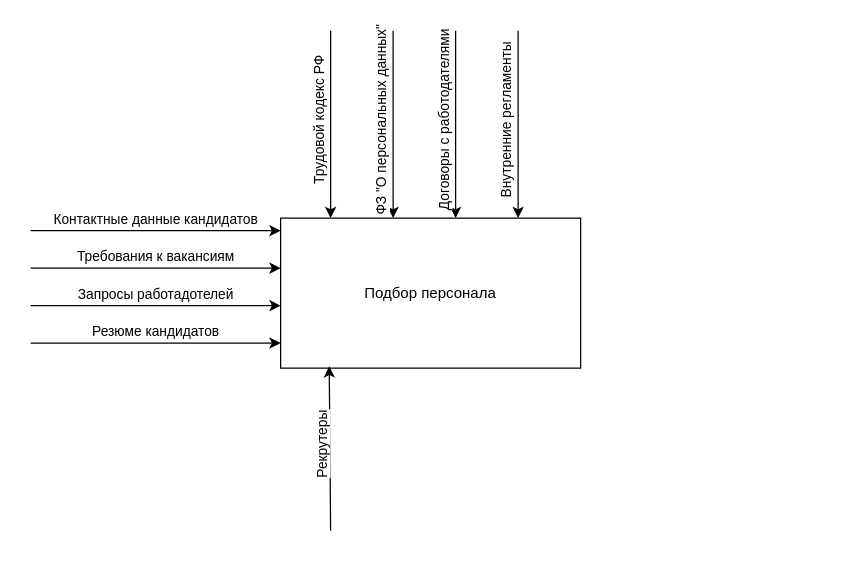
Above: IDEF0 (1).drawio in Regdal-cyber/Coursework (draw.io), before the change. Source tidied: cells renumbered, new cells numbered last; positions are measured from the earlier drawing's top-left corner, leaving out a move shared by most shapes. Both pictures are drawn from the tidied source at 125%, with x=0, y=0 at pixel (30, 30).
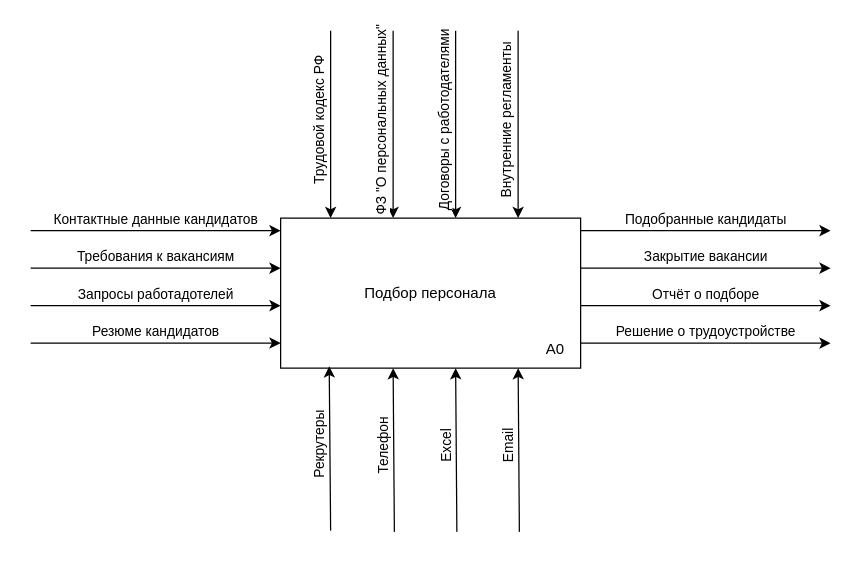
Above is the later version.

The change refers to these unchanged cells:
```xml
<mxCell id="2" value="Подбор персонала" style="rounded=0;whiteSpace=wrap;html=1;" parent="1" vertex="1">
  <mxGeometry x="200" y="150" width="240" height="120" as="geometry" />
</mxCell>
```

The edit, as a diff of the source:
```diff
@@
-    <mxCell id="11" value="Рекрутеры" style="endArrow=classic;html=1;rounded=0;entryX=0.162;entryY=0.988;entryDx=0;entryDy=0;entryPerimeter=0;horizontal=0;verticalAlign=bottom;" parent="1" edge="1" target="2">
+    <mxCell id="11" value="Рекрутеры" style="endArrow=classic;html=1;rounded=0;entryX=0.162;entryY=0.988;entryDx=0;entryDy=0;entryPerimeter=0;horizontal=0;verticalAlign=bottom;spacingLeft=-4;" parent="1" edge="1" target="2">
       <mxGeometry relative="1" as="geometry">
         <mxPoint x="240" y="400" as="sourcePoint" />
       </mxGeometry>
     </mxCell>
+    <mxCell id="12" value="Телефон" style="endArrow=classic;html=1;rounded=0;entryX=0.162;entryY=0.988;entryDx=0;entryDy=0;entryPerimeter=0;horizontal=0;verticalAlign=bottom;spacingLeft=-4;" parent="1" edge="1">
+      <mxGeometry relative="1" as="geometry">
+        <mxPoint x="291" y="401" as="sourcePoint" />
+        <mxPoint x="290" y="270" as="targetPoint" />
+      </mxGeometry>
+    </mxCell>
+    <mxCell id="13" value="Excel" style="endArrow=classic;html=1;rounded=0;entryX=0.162;entryY=0.988;entryDx=0;entryDy=0;entryPerimeter=0;horizontal=0;verticalAlign=bottom;spacingLeft=-4;" parent="1" edge="1">
+      <mxGeometry relative="1" as="geometry">
+        <mxPoint x="341" y="401" as="sourcePoint" />
+        <mxPoint x="340" y="270" as="targetPoint" />
+      </mxGeometry>
+    </mxCell>
+    <mxCell id="14" value="Email" style="endArrow=classic;html=1;rounded=0;entryX=0.162;entryY=0.988;entryDx=0;entryDy=0;entryPerimeter=0;horizontal=0;verticalAlign=bottom;spacingLeft=-4;" parent="1" edge="1">
+      <mxGeometry relative="1" as="geometry">
+        <mxPoint x="391" y="401" as="sourcePoint" />
+        <mxPoint x="390" y="270" as="targetPoint" />
+      </mxGeometry>
+    </mxCell>
+    <mxCell id="15" value="Подобранные кандидаты" style="endArrow=classic;html=1;rounded=0;verticalAlign=bottom;" parent="1" edge="1">
+      <mxGeometry relative="1" as="geometry">
+        <mxPoint x="440" y="160" as="sourcePoint" />
+        <mxPoint x="640" y="160" as="targetPoint" />
+      </mxGeometry>
+    </mxCell>
+    <mxCell id="16" value="Закрытие вакансии" style="endArrow=classic;html=1;rounded=0;verticalAlign=bottom;" parent="1" edge="1">
+      <mxGeometry relative="1" as="geometry">
+        <mxPoint x="440" y="190" as="sourcePoint" />
+        <mxPoint x="640" y="190" as="targetPoint" />
+      </mxGeometry>
+    </mxCell>
+    <mxCell id="17" value="Отчёт о подборе" style="endArrow=classic;html=1;rounded=0;verticalAlign=bottom;" parent="1" edge="1">
+      <mxGeometry relative="1" as="geometry">
+        <mxPoint x="440" y="220" as="sourcePoint" />
+        <mxPoint x="640" y="220" as="targetPoint" />
+      </mxGeometry>
+    </mxCell>
+    <mxCell id="18" value="Решение о трудоустройстве" style="endArrow=classic;html=1;rounded=0;verticalAlign=bottom;" parent="1" edge="1">
+      <mxGeometry relative="1" as="geometry">
+        <mxPoint x="440" y="250" as="sourcePoint" />
+        <mxPoint x="640" y="250" as="targetPoint" />
+      </mxGeometry>
+    </mxCell>
+    <mxCell id="19" value="A0" style="text;html=1;whiteSpace=wrap;strokeColor=none;fillColor=none;align=center;verticalAlign=middle;rounded=0;" parent="1" vertex="1">
+      <mxGeometry x="390" y="240" width="60" height="30" as="geometry" />
+    </mxCell>
```
